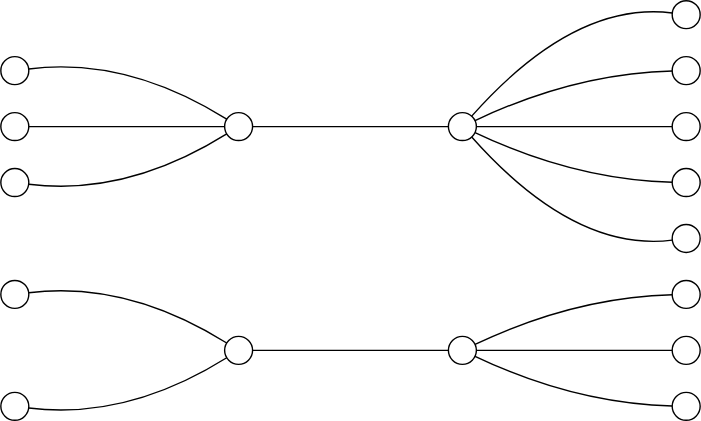
This is docs/content/diagrams/flow.svg from dxos/dxos, a draw.io export, as it was before one commit. Source tidied: cells renumbered, new cells last; positions are measured from the earlier drawing's top-left corner, leaving out a move shared by most shapes.
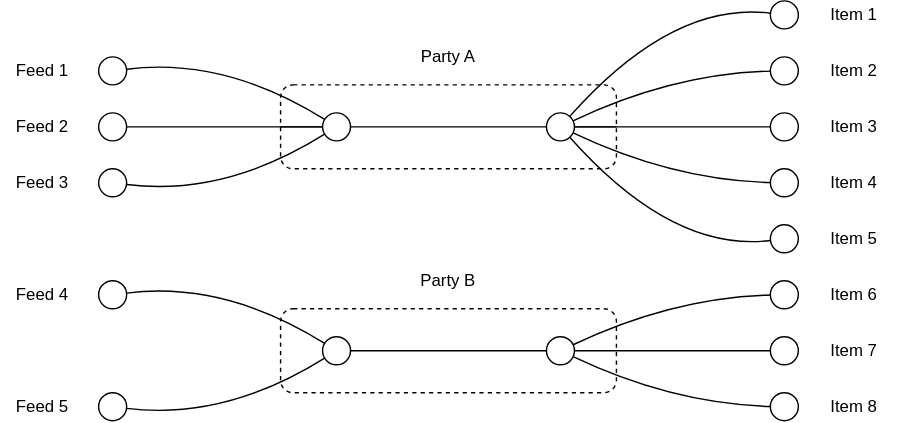
The same diagram one commit later.

What changed in the source:
```diff
@@ -2,6 +2,15 @@
   <root>
     <mxCell id="0" />
     <mxCell id="1" parent="0" />
+    <mxCell id="34" style="rounded=1;whiteSpace=wrap;html=1;dashed=1;" parent="1" vertex="1">
+      <mxGeometry x="130" y="60" width="240" height="60" as="geometry" />
+    </mxCell>
+    <mxCell id="35" style="rounded=1;whiteSpace=wrap;html=1;dashed=1;" parent="1" vertex="1">
+      <mxGeometry x="130" y="220" width="240" height="60" as="geometry" />
+    </mxCell>
+    <mxCell id="36" style="edgeStyle=orthogonalEdgeStyle;curved=1;jettySize=auto;html=1;exitX=1;exitY=0.5;exitDx=0;exitDy=0;endArrow=none;endFill=0;" parent="1" edge="1" source="2" target="7">
+      <mxGeometry relative="1" as="geometry" />
+    </mxCell>
     <mxCell id="2" style="ellipse;whiteSpace=wrap;html=1;" parent="1" vertex="1">
       <mxGeometry x="160" y="80" width="20" height="20" as="geometry" />
     </mxCell>
@@ -62,8 +71,10 @@
     <mxCell id="21" style="ellipse;whiteSpace=wrap;html=1;" parent="1" vertex="1">
       <mxGeometry y="280" width="20" height="20" as="geometry" />
     </mxCell>
-    <mxCell id="22" style="endArrow=none;html=1;" parent="1" edge="1" source="7" target="2">
-      <mxGeometry relative="1" as="geometry" />
+    <mxCell id="22" style="endArrow=none;html=1;" parent="1" edge="1" target="2">
+      <mxGeometry relative="1" as="geometry">
+        <mxPoint x="130" y="90" as="sourcePoint" />
+      </mxGeometry>
     </mxCell>
     <mxCell id="23" style="endArrow=none;html=1;curved=1;" parent="1" edge="1" source="3" target="2">
       <mxGeometry relative="1" as="geometry">
@@ -138,5 +149,55 @@
         </Array>
       </mxGeometry>
     </mxCell>
+    <mxCell id="37" value="Feed 1" style="rounded=0;whiteSpace=wrap;html=1;strokeColor=none;" parent="1" vertex="1">
+      <mxGeometry x="-70" y="40" width="60" height="20" as="geometry" />
+    </mxCell>
+    <mxCell id="38" value="Feed 2" style="rounded=0;whiteSpace=wrap;html=1;strokeColor=none;" parent="1" vertex="1">
+      <mxGeometry x="-70" y="80" width="60" height="20" as="geometry" />
+    </mxCell>
+    <mxCell id="39" value="Feed 3" style="rounded=0;whiteSpace=wrap;html=1;strokeColor=none;" parent="1" vertex="1">
+      <mxGeometry x="-70" y="120" width="60" height="20" as="geometry" />
+    </mxCell>
+    <mxCell id="40" value="Feed 4" style="rounded=0;whiteSpace=wrap;html=1;strokeColor=none;" parent="1" vertex="1">
+      <mxGeometry x="-70" y="200" width="60" height="20" as="geometry" />
+    </mxCell>
+    <mxCell id="41" value="Feed 5" style="rounded=0;whiteSpace=wrap;html=1;strokeColor=none;" parent="1" vertex="1">
+      <mxGeometry x="-70" y="280" width="60" height="20" as="geometry" />
+    </mxCell>
+    <mxCell id="42" value="Party A" style="rounded=0;whiteSpace=wrap;html=1;strokeColor=none;" parent="1" vertex="1">
+      <mxGeometry x="220" y="30" width="60" height="20" as="geometry" />
+    </mxCell>
+    <mxCell id="43" value="Party B" style="rounded=0;whiteSpace=wrap;html=1;strokeColor=none;" parent="1" vertex="1">
+      <mxGeometry x="220" y="190" width="60" height="20" as="geometry" />
+    </mxCell>
+    <mxCell id="44" value="Item 1" style="rounded=0;whiteSpace=wrap;html=1;strokeColor=none;" parent="1" vertex="1">
+      <mxGeometry x="510" width="60" height="20" as="geometry" />
+    </mxCell>
+    <mxCell id="45" value="Item 2" style="rounded=0;whiteSpace=wrap;html=1;strokeColor=none;" parent="1" vertex="1">
+      <mxGeometry x="510" y="40" width="60" height="20" as="geometry" />
+    </mxCell>
+    <mxCell id="46" value="Item 3" style="rounded=0;whiteSpace=wrap;html=1;strokeColor=none;" parent="1" vertex="1">
+      <mxGeometry x="510" y="80" width="60" height="20" as="geometry" />
+    </mxCell>
+    <mxCell id="47" value="Item 4" style="rounded=0;whiteSpace=wrap;html=1;strokeColor=none;" parent="1" vertex="1">
+      <mxGeometry x="510" y="120" width="60" height="20" as="geometry" />
+    </mxCell>
+    <mxCell id="48" value="Item 5" style="rounded=0;whiteSpace=wrap;html=1;strokeColor=none;" parent="1" vertex="1">
+      <mxGeometry x="510" y="160" width="60" height="20" as="geometry" />
+    </mxCell>
+    <mxCell id="49" value="Item 6" style="rounded=0;whiteSpace=wrap;html=1;strokeColor=none;" parent="1" vertex="1">
+      <mxGeometry x="510" y="200" width="60" height="20" as="geometry" />
+    </mxCell>
+    <mxCell id="50" value="Item 7" style="rounded=0;whiteSpace=wrap;html=1;strokeColor=none;" parent="1" vertex="1">
+      <mxGeometry x="510" y="240" width="60" height="20" as="geometry" />
+    </mxCell>
+    <mxCell id="51" value="Item 8" style="rounded=0;whiteSpace=wrap;html=1;strokeColor=none;" parent="1" vertex="1">
+      <mxGeometry x="510" y="280" width="60" height="20" as="geometry" />
+    </mxCell>
+    <mxCell id="52" style="endArrow=none;html=1;" parent="1" edge="1" source="7">
+      <mxGeometry relative="1" as="geometry">
+        <mxPoint x="370" y="90" as="targetPoint" />
+      </mxGeometry>
+    </mxCell>
   </root>
 </mxGraphModel>
```
